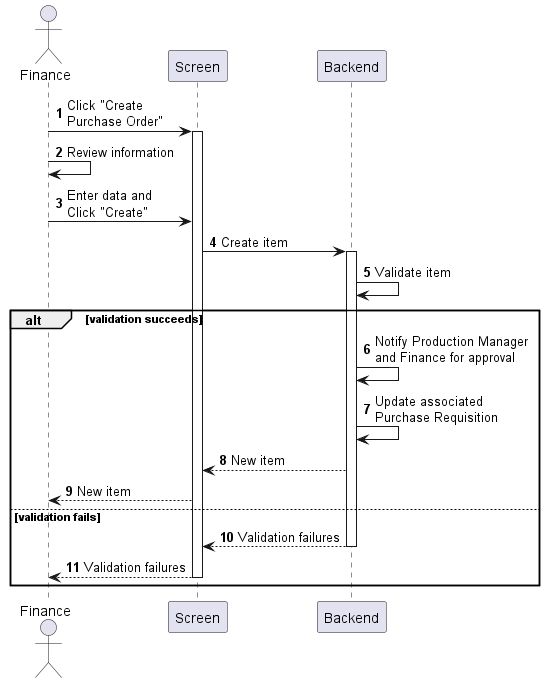
This is sequences/purchase-order-create.png from phihungha/scmss-reqs, a PlantUML export, as it was before one commit.
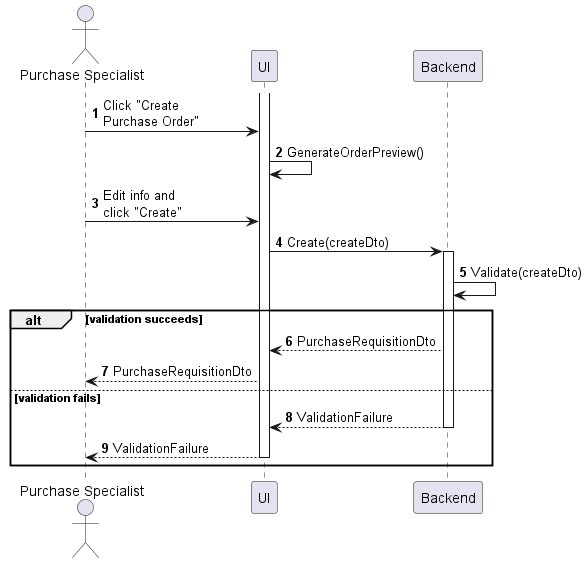
The same diagram one commit later.

The edit, as a diff of the source:
```diff
@@ -1,25 +1,24 @@
 @startuml purchase-order-create
 autonumber
 
-actor "Finance" as a
-participant Screen as f
+actor "Purchase Specialist" as a
+participant UI as f
 participant Backend as b
 
+activate f
 a -> f : Click "Create\nPurchase Order"
-activate f
-a -> a : Review information
-a -> f : Enter data and\nClick "Create"
-f -> b : Create item
+f -> f : GenerateOrderPreview()
+a -> f : Edit info and\nclick "Create"
+f -> b : Create(createDto)
 activate b
-b -> b : Validate item
+b -> b : Validate(createDto)
 
 alt validation succeeds
-    b -> b : Notify Production Manager\nand Finance for approval
-    b -> b : Update associated\nPurchase Requisition
-    b --> f : New item
-    f --> a : New item
+    b --> f : PurchaseRequisitionDto
+    f --> a : PurchaseRequisitionDto
 else validation fails
-    return Validation failures
-    return Validation failures
+    return ValidationFailure
+    f --> a : ValidationFailure
+    deactivate f
 end
 @enduml
```
